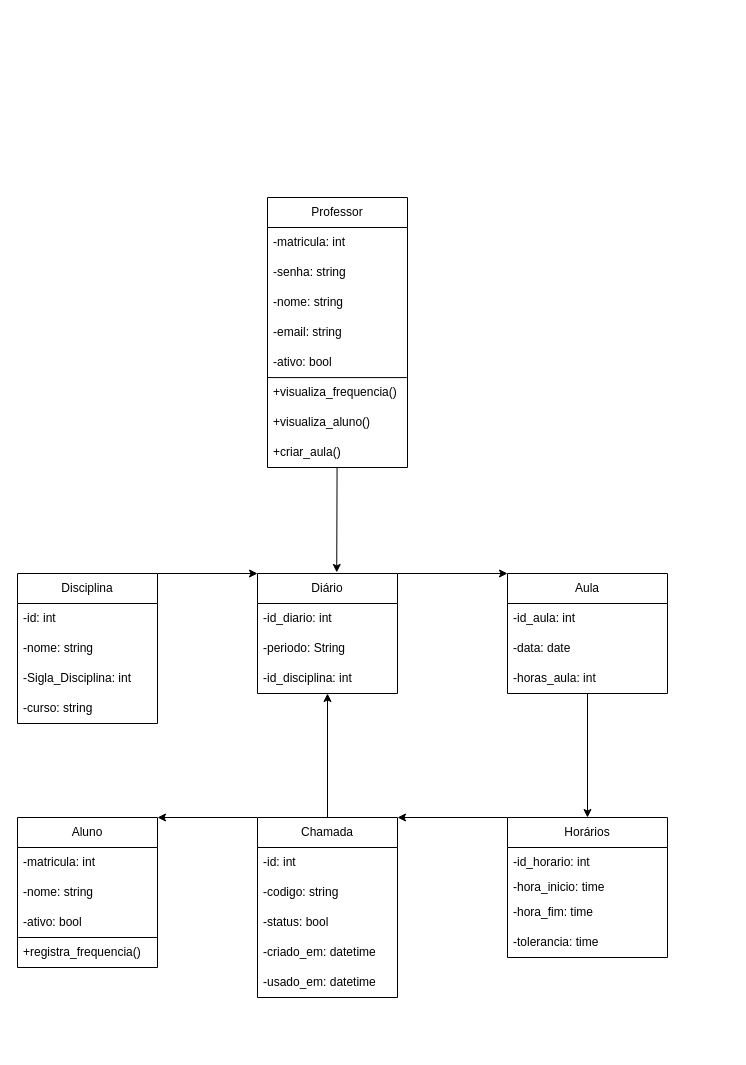
This is Documents/models.drawio from Jordanjuliobr23/Automated-Call-System, a draw.io file, before an edit. Source tidied: cells renumbered, new cells numbered last; positions are measured from the earlier drawing's top-left corner, leaving out a move shared by most shapes. Both pictures are drawn from the tidied source at 100%, with x=0, y=0 at pixel (17, 197).
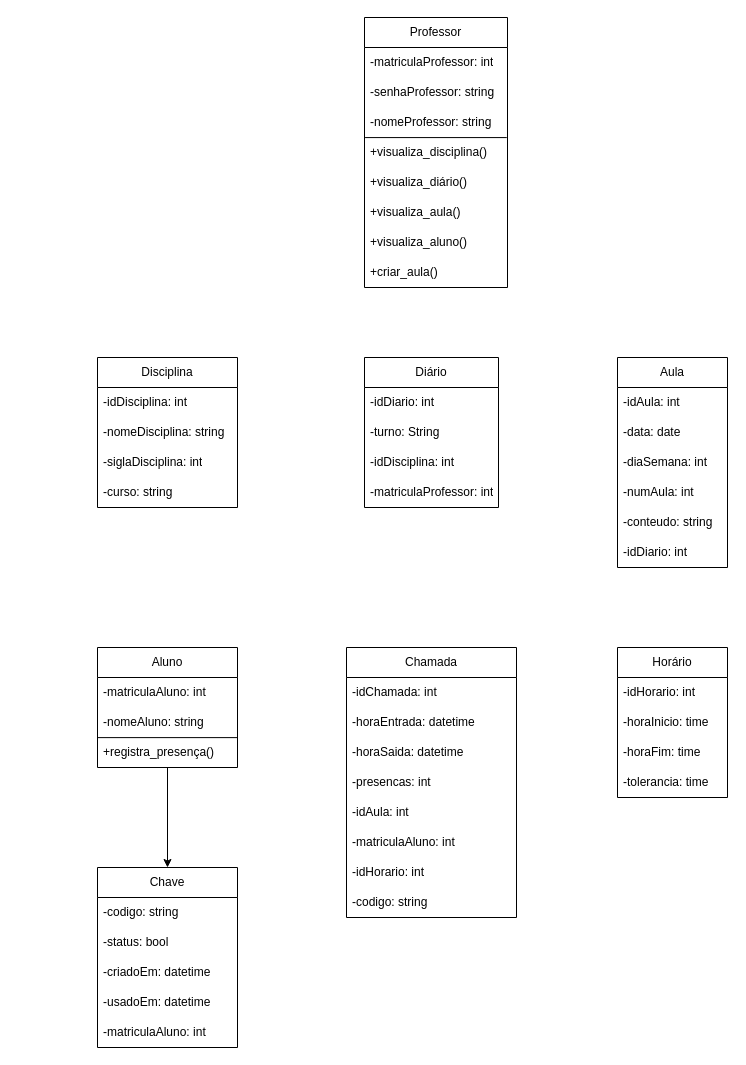
After the change.

Change to the diagram source:
```diff
@@
+    <mxCell id="49" style="edgeStyle=none;html=1;entryX=0.5;entryY=0;entryDx=0;entryDy=0;" parent="1" edge="1" source="2" target="62">
+      <mxGeometry relative="1" as="geometry" />
+    </mxCell>
     <mxCell id="2" value="Aluno" style="swimlane;fontStyle=0;horizontal=1;startSize=30;whiteSpace=wrap;html=1;" parent="1" vertex="1">
-      <mxGeometry y="620" width="140" height="150" as="geometry" />
+      <mxGeometry x="80" y="450" width="140" height="120" as="geometry" />
     </mxCell>
-    <mxCell id="3" value="-matricula: int" style="text;strokeColor=none;fillColor=none;align=left;verticalAlign=middle;spacingLeft=4;spacingRight=4;overflow=hidden;whiteSpace=wrap;html=1;" parent="2" vertex="1">
+    <mxCell id="3" value="-matriculaAluno: int" style="text;strokeColor=none;fillColor=none;align=left;verticalAlign=middle;spacingLeft=4;spacingRight=4;overflow=hidden;whiteSpace=wrap;html=1;" parent="2" vertex="1">
       <mxGeometry y="30" width="140" height="30" as="geometry" />
     </mxCell>
-    <mxCell id="4" value="-nome: string" style="text;strokeColor=none;fillColor=none;align=left;verticalAlign=middle;spacingLeft=4;spacingRight=4;overflow=hidden;whiteSpace=wrap;html=1;" parent="2" vertex="1">
+    <mxCell id="4" value="-nomeAluno: string" style="text;strokeColor=none;fillColor=none;align=left;verticalAlign=middle;spacingLeft=4;spacingRight=4;overflow=hidden;whiteSpace=wrap;html=1;" parent="2" vertex="1">
       <mxGeometry y="60" width="140" height="30" as="geometry" />
     </mxCell>
-    <mxCell id="5" value="-ativo: bool" style="text;strokeColor=none;fillColor=none;align=left;verticalAlign=middle;spacingLeft=4;spacingRight=4;overflow=hidden;points=[[0,0.5],[1,0.5]];portConstraint=eastwest;whiteSpace=wrap;html=1;" parent="2" vertex="1">
-      <mxGeometry y="90" width="140" height="30" as="geometry" />
-    </mxCell>
-    <mxCell id="6" value="+registra_frequencia()" style="text;strokeColor=none;fillColor=none;align=left;verticalAlign=middle;spacingLeft=4;spacingRight=4;overflow=hidden;points=[[0,0.5],[1,0.5]];portConstraint=eastwest;whiteSpace=wrap;html=1;" parent="2" vertex="1">
-      <mxGeometry y="120" width="140" height="30" as="geometry" />
+    <mxCell id="6" value="+registra_presença()" style="text;strokeColor=none;fillColor=none;align=left;verticalAlign=middle;spacingLeft=4;spacingRight=4;overflow=hidden;points=[[0,0.5],[1,0.5]];portConstraint=eastwest;whiteSpace=wrap;html=1;" parent="2" vertex="1">
+      <mxGeometry y="90" width="140" height="30" as="geometry" />
     </mxCell>
-    <mxCell id="7" style="endArrow=none;html=1;entryX=0.996;entryY=1;entryDx=0;entryDy=0;entryPerimeter=0;exitX=0.005;exitY=1;exitDx=0;exitDy=0;exitPerimeter=0;" parent="2" edge="1" source="5" target="5">
+    <mxCell id="7" style="endArrow=none;html=1;entryX=1;entryY=0.004;entryDx=0;entryDy=0;entryPerimeter=0;exitX=-0.003;exitY=0.004;exitDx=0;exitDy=0;exitPerimeter=0;" parent="2" edge="1" source="6" target="6">
       <mxGeometry relative="1" as="geometry" />
     </mxCell>
-    <mxCell id="8" style="edgeStyle=none;html=1;exitX=1;exitY=0;exitDx=0;exitDy=0;entryX=0;entryY=0;entryDx=0;entryDy=0;" parent="1" edge="1" source="9" target="37">
-      <mxGeometry relative="1" as="geometry" />
-    </mxCell>
     <mxCell id="9" value="Disciplina" style="swimlane;fontStyle=0;horizontal=1;startSize=30;whiteSpace=wrap;html=1;" parent="1" vertex="1">
-      <mxGeometry y="376" width="140" height="150" as="geometry" />
+      <mxGeometry x="80" y="160" width="140" height="150" as="geometry" />
     </mxCell>
-    <mxCell id="10" value="-id: int" style="text;strokeColor=none;fillColor=none;align=left;verticalAlign=middle;spacingLeft=4;spacingRight=4;overflow=hidden;whiteSpace=wrap;html=1;" parent="9" vertex="1">
+    <mxCell id="10" value="-idDisciplina: int" style="text;strokeColor=none;fillColor=none;align=left;verticalAlign=middle;spacingLeft=4;spacingRight=4;overflow=hidden;whiteSpace=wrap;html=1;" parent="9" vertex="1">
       <mxGeometry y="30" width="140" height="30" as="geometry" />
     </mxCell>
-    <mxCell id="11" value="-nome: string" style="text;strokeColor=none;fillColor=none;align=left;verticalAlign=middle;spacingLeft=4;spacingRight=4;overflow=hidden;whiteSpace=wrap;html=1;" parent="9" vertex="1">
+    <mxCell id="11" value="-nomeDisciplina: string" style="text;strokeColor=none;fillColor=none;align=left;verticalAlign=middle;spacingLeft=4;spacingRight=4;overflow=hidden;whiteSpace=wrap;html=1;" parent="9" vertex="1">
       <mxGeometry y="60" width="140" height="30" as="geometry" />
     </mxCell>
-    <mxCell id="12" value="-Sigla_Disciplina: int" style="text;strokeColor=none;fillColor=none;align=left;verticalAlign=middle;spacingLeft=4;spacingRight=4;overflow=hidden;whiteSpace=wrap;html=1;" parent="9" vertex="1">
+    <mxCell id="12" value="-siglaDisciplina: int" style="text;strokeColor=none;fillColor=none;align=left;verticalAlign=middle;spacingLeft=4;spacingRight=4;overflow=hidden;whiteSpace=wrap;html=1;" parent="9" vertex="1">
       <mxGeometry y="90" width="140" height="30" as="geometry" />
     </mxCell>
@@
     <mxCell id="14" value="Professor" style="swimlane;fontStyle=0;horizontal=1;startSize=30;whiteSpace=wrap;html=1;" parent="1" vertex="1">
-      <mxGeometry x="250" width="140" height="270" as="geometry" />
+      <mxGeometry x="347" y="-180" width="143" height="270" as="geometry" />
     </mxCell>
-    <mxCell id="15" value="-matricula: int" style="text;strokeColor=none;fillColor=none;align=left;verticalAlign=middle;spacingLeft=4;spacingRight=4;overflow=hidden;whiteSpace=wrap;html=1;" parent="14" vertex="1">
-      <mxGeometry y="30" width="140" height="30" as="geometry" />
+    <mxCell id="15" value="-matriculaProfessor: int" style="text;strokeColor=none;fillColor=none;align=left;verticalAlign=middle;spacingLeft=4;spacingRight=4;overflow=hidden;whiteSpace=wrap;html=1;" parent="14" vertex="1">
+      <mxGeometry y="30" width="143" height="30" as="geometry" />
     </mxCell>
-    <mxCell id="16" value="-senha: string" style="text;strokeColor=none;fillColor=none;align=left;verticalAlign=middle;spacingLeft=4;spacingRight=4;overflow=hidden;whiteSpace=wrap;html=1;" parent="14" vertex="1">
-      <mxGeometry y="60" width="140" height="30" as="geometry" />
+    <mxCell id="16" value="-senhaProfessor: string" style="text;strokeColor=none;fillColor=none;align=left;verticalAlign=middle;spacingLeft=4;spacingRight=4;overflow=hidden;whiteSpace=wrap;html=1;" parent="14" vertex="1">
+      <mxGeometry y="60" width="143" height="30" as="geometry" />
     </mxCell>
-    <mxCell id="17" value="-nome: string" style="text;strokeColor=none;fillColor=none;align=left;verticalAlign=middle;spacingLeft=4;spacingRight=4;overflow=hidden;whiteSpace=wrap;html=1;" parent="14" vertex="1">
-      <mxGeometry y="90" width="140" height="30" as="geometry" />
+    <mxCell id="17" value="-nomeProfessor: string" style="text;strokeColor=none;fillColor=none;align=left;verticalAlign=middle;spacingLeft=4;spacingRight=4;overflow=hidden;whiteSpace=wrap;html=1;" parent="14" vertex="1">
+      <mxGeometry y="90" width="143" height="30" as="geometry" />
     </mxCell>
-    <mxCell id="18" value="-email: string" style="text;strokeColor=none;fillColor=none;align=left;verticalAlign=middle;spacingLeft=4;spacingRight=4;overflow=hidden;whiteSpace=wrap;html=1;" parent="14" vertex="1">
-      <mxGeometry y="120" width="140" height="30" as="geometry" />
-    </mxCell>
-    <mxCell id="19" value="-ativo: bool" style="text;strokeColor=none;fillColor=none;align=left;verticalAlign=middle;spacingLeft=4;spacingRight=4;overflow=hidden;whiteSpace=wrap;html=1;" parent="14" vertex="1">
-      <mxGeometry y="150" width="140" height="30" as="geometry" />
-    </mxCell>
-    <mxCell id="20" value="+visualiza_frequencia()" style="text;strokeColor=none;fillColor=none;align=left;verticalAlign=middle;spacingLeft=4;spacingRight=4;overflow=hidden;points=[[0,0.5],[1,0.5]];portConstraint=eastwest;whiteSpace=wrap;html=1;" parent="14" vertex="1">
-      <mxGeometry y="180" width="140" height="30" as="geometry" />
+    <mxCell id="20" value="+visualiza_disciplina()" style="text;strokeColor=none;fillColor=none;align=left;verticalAlign=middle;spacingLeft=4;spacingRight=4;overflow=hidden;points=[[0,0.5],[1,0.5]];portConstraint=eastwest;whiteSpace=wrap;html=1;" parent="14" vertex="1">
+      <mxGeometry y="120" width="143" height="30" as="geometry" />
     </mxCell>
@@
+    <mxCell id="50" value="+visualiza_diário()" style="text;strokeColor=none;fillColor=none;align=left;verticalAlign=middle;spacingLeft=4;spacingRight=4;overflow=hidden;whiteSpace=wrap;html=1;" parent="14" vertex="1">
+      <mxGeometry y="150" width="143" height="30" as="geometry" />
+    </mxCell>
+    <mxCell id="51" value="+visualiza_aula()" style="text;strokeColor=none;fillColor=none;align=left;verticalAlign=middle;spacingLeft=4;spacingRight=4;overflow=hidden;whiteSpace=wrap;html=1;" parent="14" vertex="1">
+      <mxGeometry y="180" width="143" height="30" as="geometry" />
+    </mxCell>
     <mxCell id="22" value="+visualiza_aluno()" style="text;strokeColor=none;fillColor=none;align=left;verticalAlign=middle;spacingLeft=4;spacingRight=4;overflow=hidden;whiteSpace=wrap;html=1;" parent="14" vertex="1">
-      <mxGeometry y="210" width="140" height="30" as="geometry" />
+      <mxGeometry y="210" width="143" height="30" as="geometry" />
     </mxCell>
     <mxCell id="23" value="+criar_aula()" style="text;strokeColor=none;fillColor=none;align=left;verticalAlign=middle;spacingLeft=4;spacingRight=4;overflow=hidden;whiteSpace=wrap;html=1;" parent="14" vertex="1">
-      <mxGeometry y="240" width="140" height="30" as="geometry" />
+      <mxGeometry y="240" width="143" height="30" as="geometry" />
     </mxCell>
-    <mxCell id="24" style="edgeStyle=none;html=1;entryX=0.5;entryY=0;entryDx=0;entryDy=0;" parent="1" edge="1" source="25" target="42">
-      <mxGeometry relative="1" as="geometry" />
-    </mxCell>
     <mxCell id="25" value="Aula" style="swimlane;fontStyle=0;horizontal=1;startSize=30;whiteSpace=wrap;html=1;" parent="1" vertex="1">
-      <mxGeometry x="490" y="376" width="160" height="120" as="geometry" />
+      <mxGeometry x="600" y="160" width="110" height="210" as="geometry" />
     </mxCell>
-    <mxCell id="26" value="-id_aula: int" style="text;strokeColor=none;fillColor=none;align=left;verticalAlign=middle;spacingLeft=4;spacingRight=4;overflow=hidden;whiteSpace=wrap;html=1;" parent="25" vertex="1">
-      <mxGeometry y="30" width="160" height="30" as="geometry" />
+    <mxCell id="26" value="-idAula: int" style="text;strokeColor=none;fillColor=none;align=left;verticalAlign=middle;spacingLeft=4;spacingRight=4;overflow=hidden;whiteSpace=wrap;html=1;" parent="25" vertex="1">
+      <mxGeometry y="30" width="110" height="30" as="geometry" />
     </mxCell>
     <mxCell id="27" value="-data: date" style="text;strokeColor=none;fillColor=none;align=left;verticalAlign=middle;spacingLeft=4;spacingRight=4;overflow=hidden;whiteSpace=wrap;html=1;" parent="25" vertex="1">
-      <mxGeometry y="60" width="160" height="30" as="geometry" />
+      <mxGeometry y="60" width="110" height="30" as="geometry" />
     </mxCell>
+    <mxCell id="52" value="-diaSemana: int" style="text;strokeColor=none;fillColor=none;align=left;verticalAlign=middle;spacingLeft=4;spacingRight=4;overflow=hidden;whiteSpace=wrap;html=1;" parent="25" vertex="1">
+      <mxGeometry y="90" width="110" height="30" as="geometry" />
+    </mxCell>
-    <mxCell id="28" value="-horas_aula: int" style="text;strokeColor=none;fillColor=none;align=left;verticalAlign=middle;spacingLeft=4;spacingRight=4;overflow=hidden;whiteSpace=wrap;html=1;" parent="25" vertex="1">
-      <mxGeometry y="90" width="160" height="30" as="geometry" />
+    <mxCell id="28" value="-numAula: int" style="text;strokeColor=none;fillColor=none;align=left;verticalAlign=middle;spacingLeft=4;spacingRight=4;overflow=hidden;whiteSpace=wrap;html=1;" parent="25" vertex="1">
+      <mxGeometry y="120" width="110" height="30" as="geometry" />
     </mxCell>
-    <mxCell id="29" style="edgeStyle=none;html=1;exitX=0;exitY=0;exitDx=0;exitDy=0;entryX=1;entryY=0;entryDx=0;entryDy=0;" parent="1" edge="1" source="30" target="2">
-      <mxGeometry relative="1" as="geometry" />
-    </mxCell>
+    <mxCell id="53" value="-conteudo: string" style="text;strokeColor=none;fillColor=none;align=left;verticalAlign=middle;spacingLeft=4;spacingRight=4;overflow=hidden;whiteSpace=wrap;html=1;" parent="25" vertex="1">
+      <mxGeometry y="150" width="110" height="30" as="geometry" />
+    </mxCell>
+    <mxCell id="54" value="-idDiario: int" style="text;strokeColor=none;fillColor=none;align=left;verticalAlign=middle;spacingLeft=4;spacingRight=4;overflow=hidden;whiteSpace=wrap;html=1;" parent="25" vertex="1">
+      <mxGeometry y="180" width="110" height="30" as="geometry" />
+    </mxCell>
     <mxCell id="30" value="Chamada" style="swimlane;fontStyle=0;horizontal=1;startSize=30;whiteSpace=wrap;html=1;" parent="1" vertex="1">
-      <mxGeometry x="240" y="620" width="140" height="180" as="geometry" />
+      <mxGeometry x="329" y="450" width="170" height="270" as="geometry" />
     </mxCell>
-    <mxCell id="31" value="-id: int" style="text;strokeColor=none;fillColor=none;align=left;verticalAlign=middle;spacingLeft=4;spacingRight=4;overflow=hidden;whiteSpace=wrap;html=1;" parent="30" vertex="1">
-      <mxGeometry y="30" width="140" height="30" as="geometry" />
+    <mxCell id="31" value="-idChamada: int" style="text;strokeColor=none;fillColor=none;align=left;verticalAlign=middle;spacingLeft=4;spacingRight=4;overflow=hidden;whiteSpace=wrap;html=1;" parent="30" vertex="1">
+      <mxGeometry y="30" width="170" height="30" as="geometry" />
     </mxCell>
-    <mxCell id="32" value="-codigo: string" style="text;strokeColor=none;fillColor=none;align=left;verticalAlign=middle;spacingLeft=4;spacingRight=4;overflow=hidden;whiteSpace=wrap;html=1;" parent="30" vertex="1">
-      <mxGeometry y="60" width="140" height="30" as="geometry" />
-    </mxCell>
-    <mxCell id="33" value="-status: bool" style="text;strokeColor=none;fillColor=none;align=left;verticalAlign=middle;spacingLeft=4;spacingRight=4;overflow=hidden;whiteSpace=wrap;html=1;" parent="30" vertex="1">
-      <mxGeometry y="90" width="140" height="30" as="geometry" />
-    </mxCell>
-    <mxCell id="34" value="-criado_em: datetime" style="text;strokeColor=none;fillColor=none;align=left;verticalAlign=middle;spacingLeft=4;spacingRight=4;overflow=hidden;whiteSpace=wrap;html=1;" parent="30" vertex="1">
-      <mxGeometry y="120" width="140" height="30" as="geometry" />
+    <mxCell id="34" value="-horaEntrada: datetime" style="text;strokeColor=none;fillColor=none;align=left;verticalAlign=middle;spacingLeft=4;spacingRight=4;overflow=hidden;whiteSpace=wrap;html=1;" parent="30" vertex="1">
+      <mxGeometry y="60" width="170" height="30" as="geometry" />
     </mxCell>
-    <mxCell id="35" value="-usado_em: datetime" style="text;strokeColor=none;fillColor=none;align=left;verticalAlign=middle;spacingLeft=4;spacingRight=4;overflow=hidden;whiteSpace=wrap;html=1;" parent="30" vertex="1">
-      <mxGeometry y="150" width="140" height="30" as="geometry" />
-    </mxCell>
-    <mxCell id="36" style="edgeStyle=none;html=1;exitX=1;exitY=0;exitDx=0;exitDy=0;entryX=0;entryY=0;entryDx=0;entryDy=0;" parent="1" edge="1" source="37" target="25">
-      <mxGeometry relative="1" as="geometry" />
-    </mxCell>
+    <mxCell id="55" value="-horaSaida: datetime" style="text;strokeColor=none;fillColor=none;align=left;verticalAlign=middle;spacingLeft=4;spacingRight=4;overflow=hidden;whiteSpace=wrap;html=1;" parent="30" vertex="1">
+      <mxGeometry y="90" width="170" height="30" as="geometry" />
+    </mxCell>
+    <mxCell id="56" value="-presencas: int" style="text;strokeColor=none;fillColor=none;align=left;verticalAlign=middle;spacingLeft=4;spacingRight=4;overflow=hidden;whiteSpace=wrap;html=1;" parent="30" vertex="1">
+      <mxGeometry y="120" width="170" height="30" as="geometry" />
+    </mxCell>
+    <mxCell id="57" value="-idAula: int" style="text;strokeColor=none;fillColor=none;align=left;verticalAlign=middle;spacingLeft=4;spacingRight=4;overflow=hidden;whiteSpace=wrap;html=1;" parent="30" vertex="1">
+      <mxGeometry y="150" width="170" height="30" as="geometry" />
+    </mxCell>
+    <mxCell id="58" value="-matriculaAluno: int" style="text;strokeColor=none;fillColor=none;align=left;verticalAlign=middle;spacingLeft=4;spacingRight=4;overflow=hidden;whiteSpace=wrap;html=1;" parent="30" vertex="1">
+      <mxGeometry y="180" width="170" height="30" as="geometry" />
+    </mxCell>
+    <mxCell id="59" value="-idHorario: int" style="text;strokeColor=none;fillColor=none;align=left;verticalAlign=middle;spacingLeft=4;spacingRight=4;overflow=hidden;whiteSpace=wrap;html=1;" parent="30" vertex="1">
+      <mxGeometry y="210" width="170" height="30" as="geometry" />
+    </mxCell>
+    <mxCell id="60" value="-codigo: string" style="text;strokeColor=none;fillColor=none;align=left;verticalAlign=middle;spacingLeft=4;spacingRight=4;overflow=hidden;whiteSpace=wrap;html=1;" parent="30" vertex="1">
+      <mxGeometry y="240" width="170" height="30" as="geometry" />
+    </mxCell>
     <mxCell id="37" value="Diário" style="swimlane;fontStyle=0;horizontal=1;startSize=30;whiteSpace=wrap;html=1;" parent="1" vertex="1">
-      <mxGeometry x="240" y="376" width="140" height="120" as="geometry" />
+      <mxGeometry x="347" y="160" width="134" height="150" as="geometry" />
     </mxCell>
-    <mxCell id="38" value="-id_diario: int" style="text;strokeColor=none;fillColor=none;align=left;verticalAlign=middle;spacingLeft=4;spacingRight=4;overflow=hidden;whiteSpace=wrap;html=1;" parent="37" vertex="1">
-      <mxGeometry y="30" width="140" height="30" as="geometry" />
+    <mxCell id="38" value="-idDiario: int" style="text;strokeColor=none;fillColor=none;align=left;verticalAlign=middle;spacingLeft=4;spacingRight=4;overflow=hidden;whiteSpace=wrap;html=1;" parent="37" vertex="1">
+      <mxGeometry y="30" width="134" height="30" as="geometry" />
     </mxCell>
-    <mxCell id="39" value="-periodo: String" style="text;strokeColor=none;fillColor=none;align=left;verticalAlign=middle;spacingLeft=4;spacingRight=4;overflow=hidden;whiteSpace=wrap;html=1;" parent="37" vertex="1">
-      <mxGeometry y="60" width="140" height="30" as="geometry" />
+    <mxCell id="39" value="-turno: String" style="text;strokeColor=none;fillColor=none;align=left;verticalAlign=middle;spacingLeft=4;spacingRight=4;overflow=hidden;whiteSpace=wrap;html=1;" parent="37" vertex="1">
+      <mxGeometry y="60" width="134" height="30" as="geometry" />
     </mxCell>
-    <mxCell id="40" value="-id_disciplina: int" style="text;strokeColor=none;fillColor=none;align=left;verticalAlign=middle;spacingLeft=4;spacingRight=4;overflow=hidden;points=[[0,0.5],[1,0.5]];portConstraint=eastwest;whiteSpace=wrap;html=1;" parent="37" vertex="1">
-      <mxGeometry y="90" width="140" height="30" as="geometry" />
+    <mxCell id="40" value="-idDisciplina: int" style="text;strokeColor=none;fillColor=none;align=left;verticalAlign=middle;spacingLeft=4;spacingRight=4;overflow=hidden;points=[[0,0.5],[1,0.5]];portConstraint=eastwest;whiteSpace=wrap;html=1;" parent="37" vertex="1">
+      <mxGeometry y="90" width="134" height="30" as="geometry" />
     </mxCell>
-    <mxCell id="41" style="edgeStyle=none;html=1;exitX=0;exitY=0;exitDx=0;exitDy=0;entryX=1;entryY=0;entryDx=0;entryDy=0;" parent="1" edge="1" source="42" target="30">
-      <mxGeometry relative="1" as="geometry" />
-    </mxCell>
+    <mxCell id="61" value="-matriculaProfessor: int" style="text;strokeColor=none;fillColor=none;align=left;verticalAlign=middle;spacingLeft=4;spacingRight=4;overflow=hidden;whiteSpace=wrap;html=1;" parent="37" vertex="1">
+      <mxGeometry y="120" width="134" height="30" as="geometry" />
+    </mxCell>
-    <mxCell id="42" value="Horários" style="swimlane;fontStyle=0;horizontal=1;startSize=30;whiteSpace=wrap;html=1;" parent="1" vertex="1">
-      <mxGeometry x="490" y="620" width="160" height="140" as="geometry" />
+    <mxCell id="42" value="Horário" style="swimlane;fontStyle=0;horizontal=1;startSize=30;whiteSpace=wrap;html=1;" parent="1" vertex="1">
+      <mxGeometry x="600" y="450" width="110" height="150" as="geometry" />
     </mxCell>
-    <mxCell id="43" value="-id_horario: int" style="text;strokeColor=none;fillColor=none;align=left;verticalAlign=middle;spacingLeft=4;spacingRight=4;overflow=hidden;whiteSpace=wrap;html=1;" parent="42" vertex="1">
-      <mxGeometry y="30" width="160" height="30" as="geometry" />
+    <mxCell id="43" value="-idHorario: int" style="text;strokeColor=none;fillColor=none;align=left;verticalAlign=middle;spacingLeft=4;spacingRight=4;overflow=hidden;whiteSpace=wrap;html=1;" parent="42" vertex="1">
+      <mxGeometry y="30" width="110" height="30" as="geometry" />
     </mxCell>
-    <mxCell id="44" value="-hora_inicio: time" style="text;strokeColor=none;fillColor=none;align=left;verticalAlign=middle;spacingLeft=4;spacingRight=4;overflow=hidden;whiteSpace=wrap;html=1;" parent="42" vertex="1">
-      <mxGeometry y="60" width="160" height="20" as="geometry" />
+    <mxCell id="44" value="-horaInicio: time" style="text;strokeColor=none;fillColor=none;align=left;verticalAlign=middle;spacingLeft=4;spacingRight=4;overflow=hidden;whiteSpace=wrap;html=1;" parent="42" vertex="1">
+      <mxGeometry y="60" width="110" height="30" as="geometry" />
     </mxCell>
-    <mxCell id="45" value="-hora_fim: time" style="text;strokeColor=none;fillColor=none;align=left;verticalAlign=middle;spacingLeft=4;spacingRight=4;overflow=hidden;whiteSpace=wrap;html=1;" parent="42" vertex="1">
-      <mxGeometry y="80" width="160" height="30" as="geometry" />
+    <mxCell id="45" value="-horaFim: time" style="text;strokeColor=none;fillColor=none;align=left;verticalAlign=middle;spacingLeft=4;spacingRight=4;overflow=hidden;whiteSpace=wrap;html=1;" parent="42" vertex="1">
+      <mxGeometry y="90" width="110" height="30" as="geometry" />
     </mxCell>
     <mxCell id="46" value="-tolerancia: time" style="text;strokeColor=none;fillColor=none;align=left;verticalAlign=middle;spacingLeft=4;spacingRight=4;overflow=hidden;whiteSpace=wrap;html=1;" parent="42" vertex="1">
-      <mxGeometry y="110" width="160" height="30" as="geometry" />
+      <mxGeometry y="120" width="110" height="30" as="geometry" />
     </mxCell>
-    <mxCell id="47" style="edgeStyle=none;html=1;entryX=0.566;entryY=-0.009;entryDx=0;entryDy=0;entryPerimeter=0;" parent="1" edge="1" source="14" target="37">
-      <mxGeometry relative="1" as="geometry" />
-    </mxCell>
-    <mxCell id="48" style="edgeStyle=none;html=1;" parent="1" edge="1" source="30" target="40">
-      <mxGeometry relative="1" as="geometry" />
-    </mxCell>
+    <mxCell id="62" value="Chave" style="swimlane;fontStyle=0;horizontal=1;startSize=30;whiteSpace=wrap;html=1;" parent="1" vertex="1">
+      <mxGeometry x="80" y="670" width="140" height="180" as="geometry" />
+    </mxCell>
+    <mxCell id="63" value="-codigo: string" style="text;strokeColor=none;fillColor=none;align=left;verticalAlign=middle;spacingLeft=4;spacingRight=4;overflow=hidden;whiteSpace=wrap;html=1;" parent="62" vertex="1">
+      <mxGeometry y="30" width="140" height="30" as="geometry" />
+    </mxCell>
+    <mxCell id="33" value="-status: bool" style="text;strokeColor=none;fillColor=none;align=left;verticalAlign=middle;spacingLeft=4;spacingRight=4;overflow=hidden;whiteSpace=wrap;html=1;" parent="62" vertex="1">
+      <mxGeometry y="60" width="140" height="30" as="geometry" />
+    </mxCell>
+    <mxCell id="64" value="-criadoEm: datetime" style="text;strokeColor=none;fillColor=none;align=left;verticalAlign=middle;spacingLeft=4;spacingRight=4;overflow=hidden;whiteSpace=wrap;html=1;" parent="62" vertex="1">
+      <mxGeometry y="90" width="140" height="30" as="geometry" />
+    </mxCell>
+    <mxCell id="65" value="-usadoEm: datetime" style="text;strokeColor=none;fillColor=none;align=left;verticalAlign=middle;spacingLeft=4;spacingRight=4;overflow=hidden;whiteSpace=wrap;html=1;" parent="62" vertex="1">
+      <mxGeometry y="120" width="140" height="30" as="geometry" />
+    </mxCell>
+    <mxCell id="66" value="-matriculaAluno: int" style="text;strokeColor=none;fillColor=none;align=left;verticalAlign=middle;spacingLeft=4;spacingRight=4;overflow=hidden;whiteSpace=wrap;html=1;" parent="62" vertex="1">
+      <mxGeometry y="150" width="140" height="30" as="geometry" />
+    </mxCell>
```
